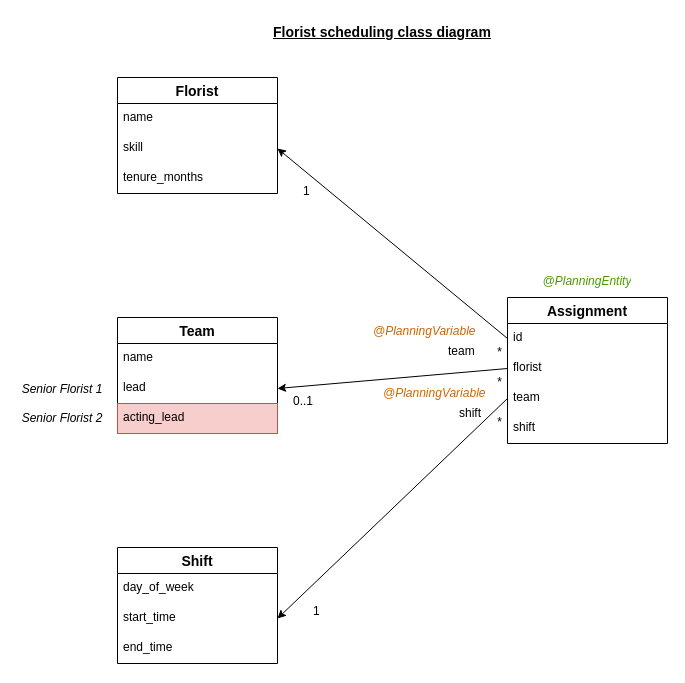
The draw.io diagram diagram.drawio in yewshanooi-tech/scheduling, before the edit. Source tidied: cells renumbered, new cells numbered last; positions are measured from the earlier drawing's top-left corner, leaving out a move shared by most shapes. Both pictures are drawn from the tidied source at 100%, with x=0, y=0 at pixel (17, 17).
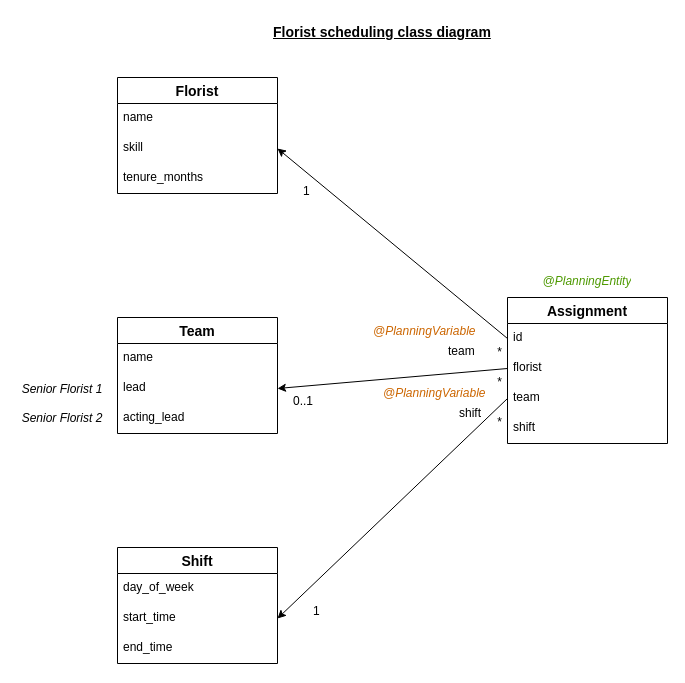
Above is the later version.

Commit message (it also covers changes not shown here):
feat: added acting lead and team_shift_conflict(), updated team_lead_conflict()

The change refers to these unchanged cells:
```xml
<mxCell id="11" value="Team" style="swimlane;fontStyle=1;horizontal=1;startSize=26;align=center;fontSize=14;" parent="1" vertex="1">
  <mxGeometry x="100" y="300" width="160" height="116" as="geometry" />
</mxCell>
```

The edit, as a diff of the source:
```diff
@@
-    <mxCell id="14" value="acting_lead" style="text;strokeColor=#b85450;fillColor=#f8cecc;spacingLeft=4;spacingRight=4;overflow=hidden;fontSize=12;whiteSpace=wrap;html=1;" parent="11" vertex="1">
+    <mxCell id="14" value="acting_lead" style="text;spacingLeft=4;spacingRight=4;overflow=hidden;fontSize=12;whiteSpace=wrap;html=1;" parent="11" vertex="1">
       <mxGeometry y="86" width="160" height="30" as="geometry" />
     </mxCell>
```
